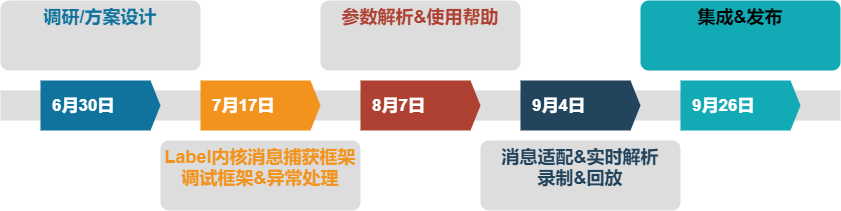
Before: vfStalk.png, a diagram exported from draw.io (craftsfish/design). Source tidied: cells renumbered, new cells last; positions are measured from the earlier drawing's top-left corner, leaving out a move shared by most shapes.
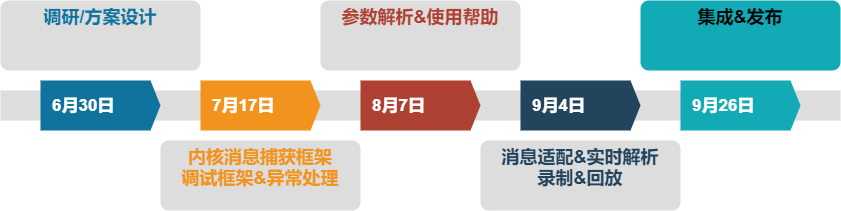
Above is the later version.

Change to the diagram source:
```diff
@@ -23,7 +23,7 @@
     <mxCell id="8" value="&lt;font color=&quot;#10739e&quot; style=&quot;font-size: 18px;&quot;&gt;&lt;span style=&quot;font-size: 18px;&quot;&gt;调研/方案设计&lt;/span&gt;&lt;/font&gt;" style="rounded=1;strokeColor=none;fillColor=#DDDDDD;align=center;arcSize=12;verticalAlign=top;whiteSpace=wrap;html=1;fontSize=18;fontStyle=1;" parent="1" vertex="1">
       <mxGeometry width="200" height="70" as="geometry" />
     </mxCell>
-    <mxCell id="9" value="&lt;font style=&quot;font-size: 18px;&quot;&gt;&lt;font style=&quot;font-size: 18px;&quot; color=&quot;#F2931E&quot;&gt;&lt;span style=&quot;font-size: 18px;&quot;&gt;Label内核消息捕获框架&lt;br style=&quot;font-size: 18px;&quot;&gt;&lt;/span&gt;&lt;/font&gt;&lt;font color=&quot;#f2931e&quot; style=&quot;font-size: 18px;&quot;&gt;调试框架&amp;amp;异常处理&lt;/font&gt;&lt;/font&gt;" style="rounded=1;strokeColor=none;fillColor=#DDDDDD;align=center;arcSize=12;verticalAlign=top;whiteSpace=wrap;html=1;fontSize=18;fontStyle=1;" parent="1" vertex="1">
+    <mxCell id="9" value="&lt;font style=&quot;font-size: 18px&quot;&gt;&lt;font style=&quot;font-size: 18px&quot; color=&quot;#F2931E&quot;&gt;&lt;span style=&quot;font-size: 18px&quot;&gt;内核消息捕获框架&lt;br style=&quot;font-size: 18px&quot;&gt;&lt;/span&gt;&lt;/font&gt;&lt;font color=&quot;#f2931e&quot; style=&quot;font-size: 18px&quot;&gt;调试框架&amp;amp;异常处理&lt;/font&gt;&lt;/font&gt;" style="rounded=1;strokeColor=none;fillColor=#DDDDDD;align=center;arcSize=12;verticalAlign=top;whiteSpace=wrap;html=1;fontSize=18;fontStyle=1;" parent="1" vertex="1">
       <mxGeometry x="160" y="140" width="200" height="70" as="geometry" />
     </mxCell>
     <mxCell id="10" value="参数解析&amp;amp;使用帮助" style="rounded=1;strokeColor=none;fillColor=#DDDDDD;align=center;arcSize=12;verticalAlign=top;whiteSpace=wrap;html=1;fontSize=18;fontColor=#AE4132;fontStyle=1;" parent="1" vertex="1">
```
